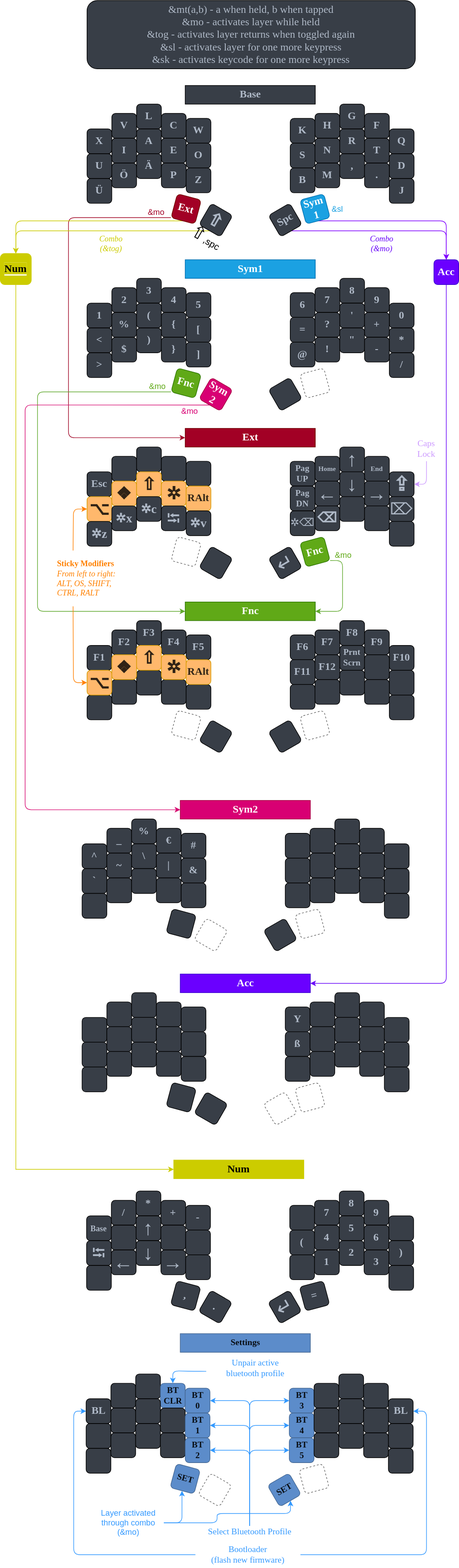
Before: Layout/Sweepd_Neo2.svg, a diagram exported from draw.io (hoyohayo/zmk-config). Source tidied: cells renumbered, new cells last; positions are measured from the earlier drawing's top-left corner, leaving out a move shared by most shapes.
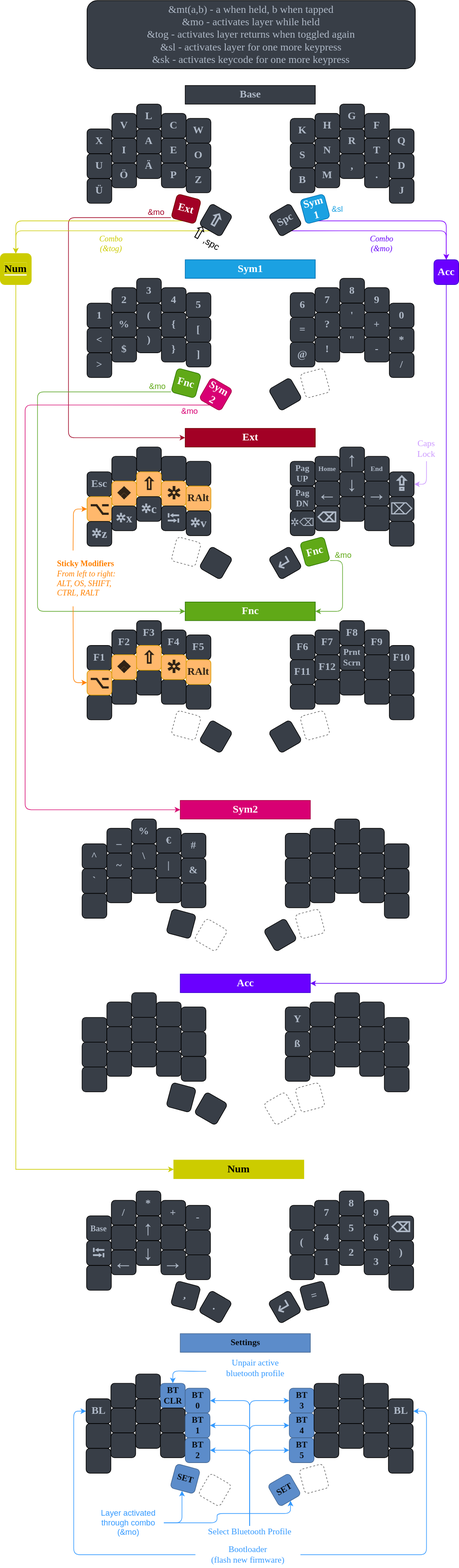
The same diagram one commit later.

Change to the diagram source:
```diff
@@ -816,7 +816,7 @@
     <mxCell id="260" value="9" style="whiteSpace=wrap;html=1;fontSize=17;fontFamily=Verdana;fontStyle=1;fontColor=#AFB9C7;fillColor=#383E47;rounded=1;" parent="1" vertex="1">
       <mxGeometry x="587.2" y="1935" width="40" height="40" as="geometry" />
     </mxCell>
-    <mxCell id="261" style="whiteSpace=wrap;html=1;fontSize=17;fontFamily=Verdana;fontStyle=1;fontColor=#AFB9C7;fillColor=#383E47;rounded=1;" parent="1" vertex="1">
+    <mxCell id="261" value="&lt;span style=&quot;font-family: &amp;#34;segoe ui emoji&amp;#34; , &amp;#34;apple color emoji&amp;#34; , &amp;#34;noto color emoji&amp;#34; ; font-size: 22px&quot;&gt;⌫&lt;/span&gt;" style="whiteSpace=wrap;html=1;fontSize=17;fontFamily=Verdana;fontStyle=1;fontColor=#AFB9C7;fillColor=#383E47;rounded=1;" parent="1" vertex="1">
       <mxGeometry x="627.2" y="1960" width="40" height="40" as="geometry" />
     </mxCell>
     <mxCell id="262" value="(" style="whiteSpace=wrap;html=1;fontSize=17;fontFamily=Verdana;fontStyle=1;fontColor=#AFB9C7;fillColor=#383E47;rounded=1;" parent="1" vertex="1">
```
